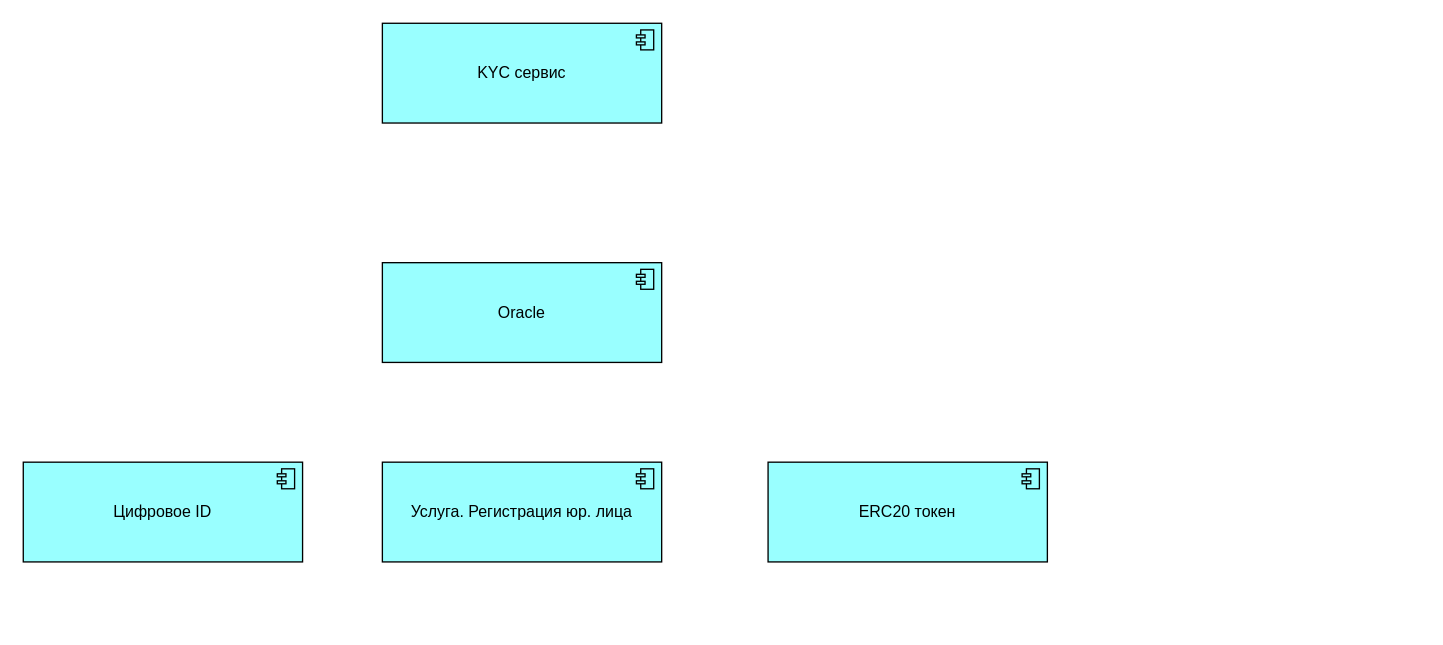
Earlier version of the draw.io diagram iNomad.drawio (careock/diagrams). Source tidied: cells renumbered, new cells numbered last; positions are measured from the earlier drawing's top-left corner, leaving out a move shared by most shapes. Both pictures are drawn from the tidied source at 133%, with x=0, y=0 at pixel (23, 23).
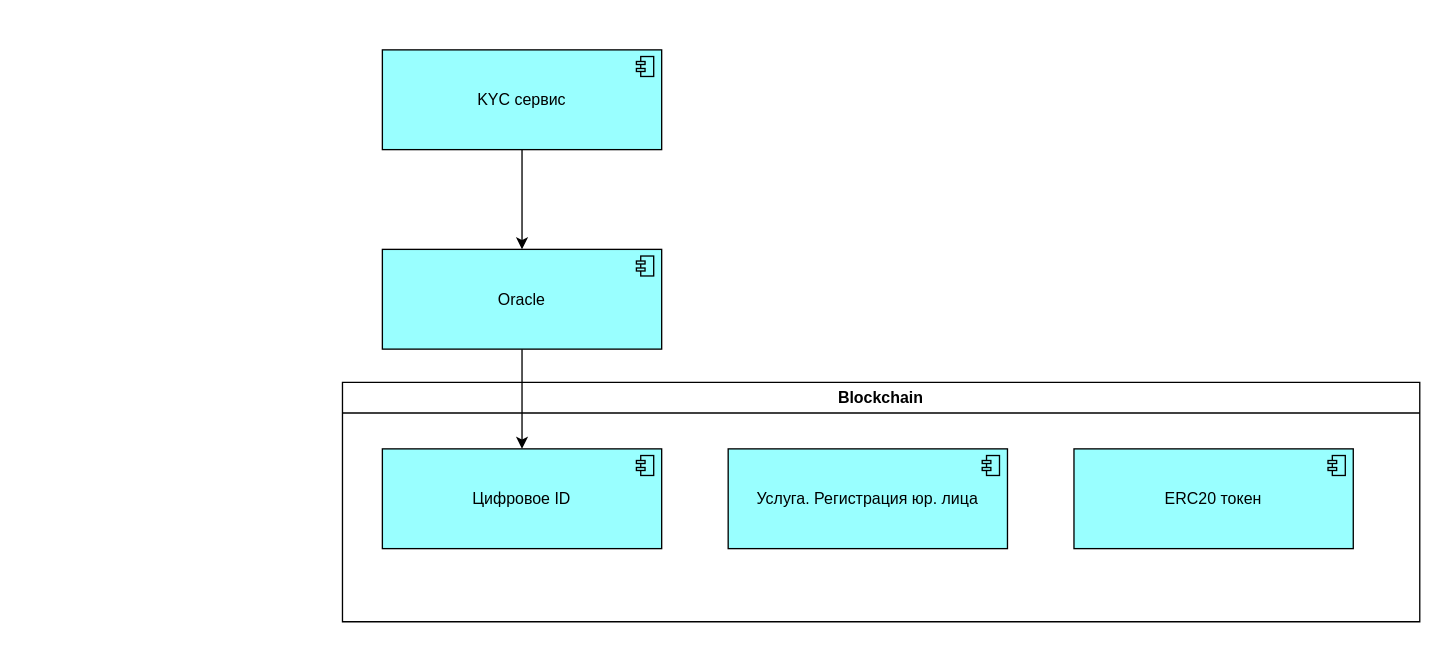
The same page after the edit.

The edit, as a diff of the source:
```diff
@@
 <mxGraphModel>
   <root>
     <mxCell id="0" />
     <mxCell id="1" parent="0" />
+    <mxCell id="7" value="Blockchain" style="swimlane;html=1;whiteSpace=wrap;" parent="1" vertex="1">
+      <mxGeometry x="240" y="270" width="810" height="180" as="geometry" />
+    </mxCell>
     <mxCell id="2" value="Цифровое ID" style="html=1;outlineConnect=0;whiteSpace=wrap;fillColor=#99ffff;shape=mxgraph.archimate3.application;appType=comp;archiType=square;" parent="1" vertex="1">
-      <mxGeometry y="330" width="210" height="75" as="geometry" />
+      <mxGeometry x="270" y="320" width="210" height="75" as="geometry" />
     </mxCell>
     <mxCell id="3" value="Услуга. Регистрация юр. лица" style="html=1;whiteSpace=wrap;fillColor=#99ffff;shape=mxgraph.archimate3.application;appType=comp;archiType=square;" parent="1" vertex="1">
-      <mxGeometry x="270" y="330" width="210" height="75" as="geometry" />
+      <mxGeometry x="530" y="320" width="210" height="75" as="geometry" />
     </mxCell>
     <mxCell id="4" value="ERC20 токен" style="html=1;whiteSpace=wrap;fillColor=#99ffff;shape=mxgraph.archimate3.application;appType=comp;archiType=square;" parent="1" vertex="1">
-      <mxGeometry x="560" y="330" width="210" height="75" as="geometry" />
+      <mxGeometry x="790" y="320" width="210" height="75" as="geometry" />
     </mxCell>
+    <mxCell id="8" style="edgeStyle=orthogonalEdgeStyle;rounded=0;jettySize=auto;html=1;" parent="1" edge="1" source="5" target="2">
+      <mxGeometry relative="1" as="geometry" />
+    </mxCell>
     <mxCell id="5" value="Oracle" style="html=1;outlineConnect=0;whiteSpace=wrap;fillColor=#99ffff;shape=mxgraph.archimate3.application;appType=comp;archiType=square;" parent="1" vertex="1">
-      <mxGeometry x="270" y="180" width="210" height="75" as="geometry" />
+      <mxGeometry x="270" y="170" width="210" height="75" as="geometry" />
     </mxCell>
+    <mxCell id="9" style="edgeStyle=orthogonalEdgeStyle;rounded=0;jettySize=auto;html=1;" parent="1" edge="1" source="6" target="5">
+      <mxGeometry relative="1" as="geometry" />
+    </mxCell>
     <mxCell id="6" value="KYC сервис" style="html=1;outlineConnect=0;whiteSpace=wrap;fillColor=#99ffff;shape=mxgraph.archimate3.application;appType=comp;archiType=square;" parent="1" vertex="1">
-      <mxGeometry x="270" width="210" height="75" as="geometry" />
+      <mxGeometry x="270" y="20" width="210" height="75" as="geometry" />
     </mxCell>
   </root>
 </mxGraphModel>
```
